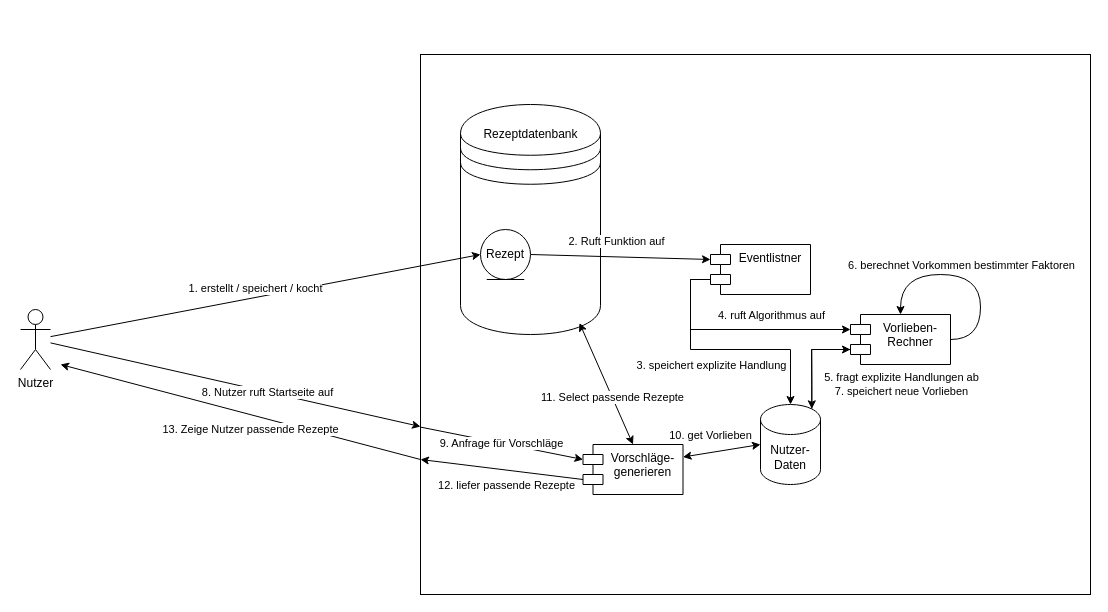
This is Artefakte/Anwendungslogik/WS2020_CobanMai_Anwendungslogik_EntdeckeRezepteAlgorithmus.drawio from Inf166/PeerToPeerSharingOfCookingRecipies, a draw.io file, before an edit. Source tidied: cells renumbered, new cells numbered last; positions are measured from the earlier drawing's top-left corner, leaving out a move shared by most shapes. Both pictures are drawn from the tidied source at 100%, with x=0, y=0 at pixel (20, 54).
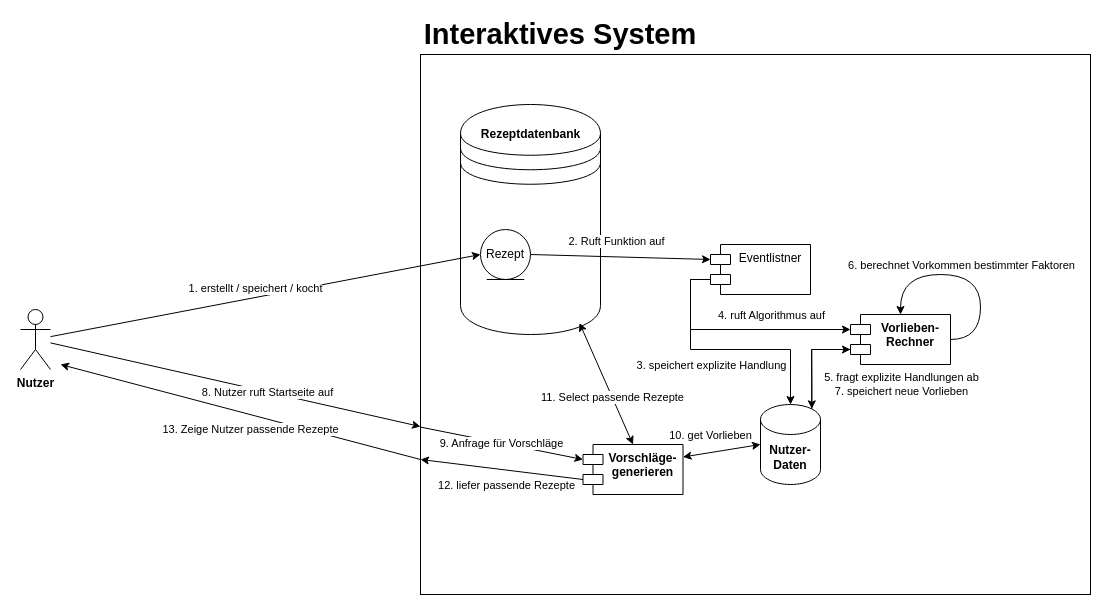
The same diagram, later.

The edit, as a diff of the source:
```diff
@@
-    <mxCell id="8" value="Nutzer" style="shape=umlActor;verticalLabelPosition=bottom;verticalAlign=top;html=1;outlineConnect=0;" parent="1" vertex="1">
+    <mxCell id="8" value="Nutzer" style="shape=umlActor;verticalLabelPosition=bottom;verticalAlign=top;html=1;outlineConnect=0;fontStyle=1;" parent="1" vertex="1">
       <mxGeometry y="255" width="30" height="60" as="geometry" />
     </mxCell>
@@
-    <mxCell id="17" value="Rezeptdatenbank" style="text;html=1;strokeColor=none;fillColor=none;align=center;verticalAlign=middle;whiteSpace=wrap;rounded=0;" parent="1" vertex="1">
+    <mxCell id="17" value="Rezeptdatenbank" style="text;html=1;strokeColor=none;fillColor=none;align=center;verticalAlign=middle;whiteSpace=wrap;rounded=0;fontStyle=1;" parent="1" vertex="1">
       <mxGeometry x="457.5" y="70" width="105" height="20" as="geometry" />
     </mxCell>
@@
-    <mxCell id="19" value="Nutzer-&lt;br&gt;Daten" style="shape=cylinder3;whiteSpace=wrap;html=1;boundedLbl=1;backgroundOutline=1;size=15;" parent="1" vertex="1">
+    <mxCell id="19" value="Nutzer-&lt;br&gt;Daten" style="shape=cylinder3;whiteSpace=wrap;html=1;boundedLbl=1;backgroundOutline=1;size=15;fontStyle=1;" parent="1" vertex="1">
       <mxGeometry x="740" y="350" width="60" height="80" as="geometry" />
     </mxCell>
@@
-    <mxCell id="22" value="Vorlieben-&#10;Rechner" style="shape=module;align=left;spacingLeft=20;align=center;verticalAlign=top;" parent="1" vertex="1">
+    <mxCell id="22" value="Vorlieben-&#10;Rechner" style="shape=module;align=left;spacingLeft=20;align=center;verticalAlign=top;fontStyle=1;" parent="1" vertex="1">
       <mxGeometry x="830" y="260" width="100" height="50" as="geometry" />
     </mxCell>
@@
-    <mxCell id="33" value="Vorschläge-&#10;generieren" style="shape=module;align=left;spacingLeft=20;align=center;verticalAlign=top;" parent="1" vertex="1">
+    <mxCell id="33" value="Vorschläge-&#10;generieren" style="shape=module;align=left;spacingLeft=20;align=center;verticalAlign=top;fontStyle=1;" parent="1" vertex="1">
       <mxGeometry x="562.5" y="390" width="100" height="50" as="geometry" />
     </mxCell>
@@
+    <mxCell id="35" value="&lt;b&gt;&lt;font style=&quot;font-size: 29px&quot;&gt;Interaktives System&lt;/font&gt;&lt;/b&gt;" style="text;html=1;strokeColor=none;fillColor=none;align=center;verticalAlign=middle;whiteSpace=wrap;rounded=0;" parent="1" vertex="1">
+      <mxGeometry x="400" y="-30" width="280" height="20" as="geometry" />
+    </mxCell>
```
